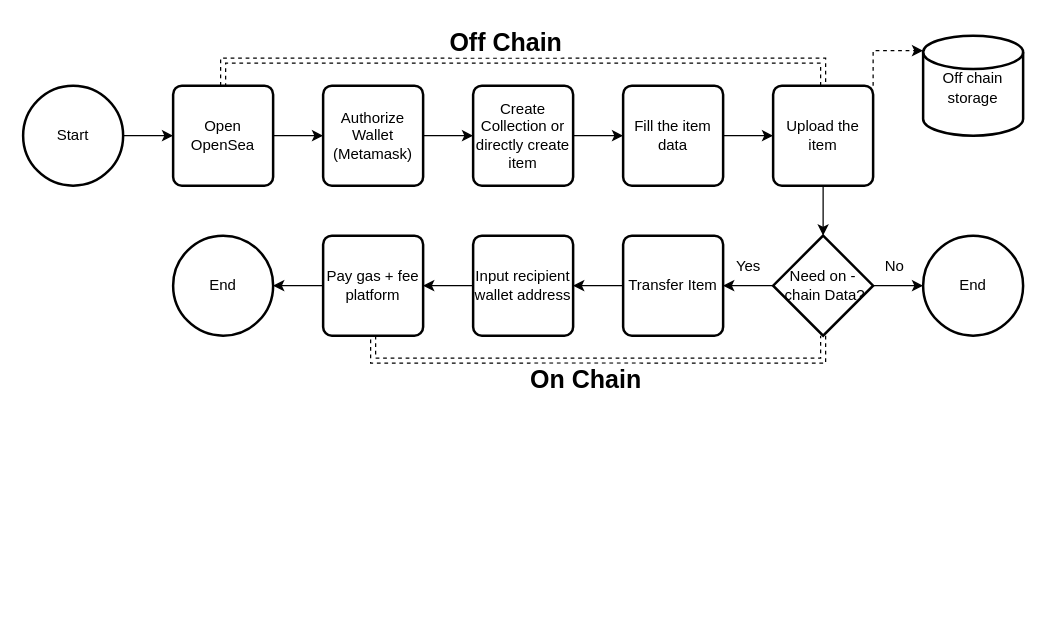
This is Flowchart Free Mint.drawio from hanggaa/Diagram, a draw.io file, before an edit. Source tidied: cells renumbered, new cells numbered last; positions are measured from the earlier drawing's top-left corner, leaving out a move shared by most shapes. Both pictures are drawn from the tidied source at 125%, with x=0, y=0 at pixel (22, 35).
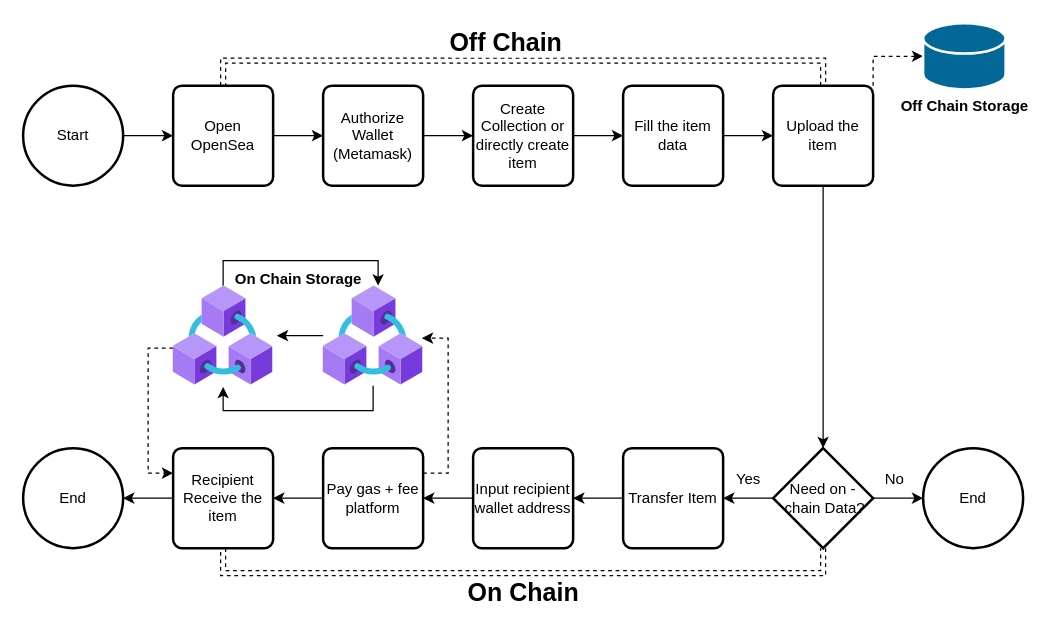
The same diagram, later.

The change refers to these unchanged cells:
```xml
<mxCell id="16" value="Upload the item" style="rounded=1;whiteSpace=wrap;html=1;absoluteArcSize=1;arcSize=14;strokeWidth=2;" parent="1" vertex="1">
  <mxGeometry x="600" y="40" width="80" height="80" as="geometry" />
</mxCell>
```

The edit, as a diff of the source:
```diff
@@
-    <mxCell id="14" style="edgeStyle=orthogonalEdgeStyle;rounded=0;jettySize=auto;html=1;exitX=1;exitY=0;exitDx=0;exitDy=0;entryX=0;entryY=0.15;entryDx=0;entryDy=0;entryPerimeter=0;fontSize=20;dashed=1;" parent="1" edge="1" source="16" target="17">
-      <mxGeometry relative="1" as="geometry" />
-    </mxCell>
+    <mxCell id="33" style="edgeStyle=orthogonalEdgeStyle;rounded=0;jettySize=auto;html=1;exitX=1;exitY=0;exitDx=0;exitDy=0;entryX=0;entryY=0.5;entryDx=0;entryDy=0;entryPerimeter=0;dashed=1;" parent="1" edge="1" source="16" target="39">
+      <mxGeometry relative="1" as="geometry" />
+    </mxCell>
-    <mxCell id="15" style="edgeStyle=orthogonalEdgeStyle;rounded=0;jettySize=auto;html=1;exitX=0.5;exitY=1;exitDx=0;exitDy=0;entryX=0.5;entryY=0;entryDx=0;entryDy=0;entryPerimeter=0;fontSize=12;" parent="1" edge="1" source="16" target="21">
+    <mxCell id="15" style="edgeStyle=orthogonalEdgeStyle;rounded=0;jettySize=auto;html=1;exitX=0.5;exitY=1;exitDx=0;exitDy=0;entryX=0.5;entryY=0;entryDx=0;entryDy=0;entryPerimeter=0;" parent="1" edge="1" source="16" target="21">
       <mxGeometry relative="1" as="geometry" />
     </mxCell>
@@
-    <mxCell id="17" value="&lt;p style=&quot;line-height: 63%;&quot;&gt;&lt;font style=&quot;font-size: 12px;&quot;&gt;Off chain storage&lt;/font&gt;&lt;/p&gt;" style="strokeWidth=2;html=1;shape=mxgraph.flowchart.database;whiteSpace=wrap;fontSize=20;align=center;" parent="1" vertex="1">
-      <mxGeometry x="720" width="80" height="80" as="geometry" />
-    </mxCell>
     <mxCell id="18" style="edgeStyle=orthogonalEdgeStyle;rounded=0;jettySize=auto;html=1;exitX=1;exitY=0.5;exitDx=0;exitDy=0;exitPerimeter=0;fontSize=12;" parent="1" edge="1" source="21" target="22">
       <mxGeometry relative="1" as="geometry">
         <Array as="points">
-          <mxPoint x="690" y="200" />
-          <mxPoint x="690" y="200" />
+          <mxPoint x="690" y="370" />
+          <mxPoint x="690" y="370" />
         </Array>
       </mxGeometry>
     </mxCell>
@@
-    <mxCell id="20" style="edgeStyle=orthogonalEdgeStyle;rounded=0;jettySize=auto;html=1;exitX=0.5;exitY=1;exitDx=0;exitDy=0;exitPerimeter=0;entryX=0.5;entryY=1;entryDx=0;entryDy=0;fontSize=12;shape=link;dashed=1;" parent="1" edge="1" source="21" target="30">
-      <mxGeometry relative="1" as="geometry" />
-    </mxCell>
+    <mxCell id="34" style="edgeStyle=orthogonalEdgeStyle;rounded=0;jettySize=auto;html=1;exitX=0.5;exitY=1;exitDx=0;exitDy=0;exitPerimeter=0;entryX=0.5;entryY=1;entryDx=0;entryDy=0;dashed=1;shape=link;" parent="1" edge="1" source="21" target="38">
+      <mxGeometry relative="1" as="geometry" />
+    </mxCell>
     <mxCell id="21" value="&lt;p style=&quot;line-height: 120%;&quot;&gt;&lt;font style=&quot;font-size: 12px;&quot;&gt;Need&amp;nbsp;&lt;/font&gt;&lt;font style=&quot;background-color: initial; font-size: 12px;&quot;&gt;on -&amp;nbsp;&lt;/font&gt;&lt;span style=&quot;background-color: initial;&quot;&gt;chain Data?&lt;/span&gt;&lt;/p&gt;" style="strokeWidth=2;html=1;shape=mxgraph.flowchart.decision;whiteSpace=wrap;fontSize=12;" parent="1" vertex="1">
-      <mxGeometry x="600" y="160" width="80" height="80" as="geometry" />
+      <mxGeometry x="600" y="330" width="80" height="80" as="geometry" />
     </mxCell>
     <mxCell id="22" value="End" style="strokeWidth=2;html=1;shape=mxgraph.flowchart.start_2;whiteSpace=wrap;" parent="1" vertex="1">
-      <mxGeometry x="720" y="160" width="80" height="80" as="geometry" />
+      <mxGeometry x="720" y="330" width="80" height="80" as="geometry" />
     </mxCell>
@@
     <mxCell id="24" value="Transfer Item" style="rounded=1;whiteSpace=wrap;html=1;absoluteArcSize=1;arcSize=14;strokeWidth=2;" parent="1" vertex="1">
-      <mxGeometry x="480" y="160" width="80" height="80" as="geometry" />
+      <mxGeometry x="480" y="330" width="80" height="80" as="geometry" />
     </mxCell>
     <mxCell id="25" value="No" style="text;html=1;align=center;verticalAlign=middle;strokeColor=none;fillColor=none;fontSize=12;" parent="1" vertex="1">
-      <mxGeometry x="677" y="170" width="40" height="30" as="geometry" />
+      <mxGeometry x="677" y="340" width="40" height="30" as="geometry" />
     </mxCell>
     <mxCell id="26" value="Yes" style="text;html=1;align=center;verticalAlign=middle;strokeColor=none;fillColor=none;fontSize=12;" parent="1" vertex="1">
-      <mxGeometry x="560" y="170" width="40" height="30" as="geometry" />
+      <mxGeometry x="560" y="340" width="40" height="30" as="geometry" />
     </mxCell>
@@
     <mxCell id="28" value="Input recipient wallet address" style="rounded=1;whiteSpace=wrap;html=1;absoluteArcSize=1;arcSize=14;strokeWidth=2;" parent="1" vertex="1">
-      <mxGeometry x="360" y="160" width="80" height="80" as="geometry" />
+      <mxGeometry x="360" y="330" width="80" height="80" as="geometry" />
     </mxCell>
-    <mxCell id="29" style="edgeStyle=orthogonalEdgeStyle;rounded=0;jettySize=auto;html=1;exitX=0;exitY=0.5;exitDx=0;exitDy=0;entryX=1;entryY=0.5;entryDx=0;entryDy=0;entryPerimeter=0;fontSize=12;" parent="1" edge="1" source="30" target="31">
-      <mxGeometry relative="1" as="geometry" />
-    </mxCell>
+    <mxCell id="35" style="edgeStyle=orthogonalEdgeStyle;rounded=0;jettySize=auto;html=1;exitX=0;exitY=0.5;exitDx=0;exitDy=0;" parent="1" edge="1" source="30" target="38">
+      <mxGeometry relative="1" as="geometry" />
+    </mxCell>
+    <mxCell id="36" style="edgeStyle=orthogonalEdgeStyle;rounded=0;jettySize=auto;html=1;exitX=1;exitY=0.25;exitDx=0;exitDy=0;entryX=0.988;entryY=0.525;entryDx=0;entryDy=0;entryPerimeter=0;dashed=1;" parent="1" edge="1" source="30" target="42">
+      <mxGeometry relative="1" as="geometry" />
+    </mxCell>
     <mxCell id="30" value="Pay gas + fee platform" style="rounded=1;whiteSpace=wrap;html=1;absoluteArcSize=1;arcSize=14;strokeWidth=2;" parent="1" vertex="1">
-      <mxGeometry x="240" y="160" width="80" height="80" as="geometry" />
+      <mxGeometry x="240" y="330" width="80" height="80" as="geometry" />
     </mxCell>
     <mxCell id="31" value="End" style="strokeWidth=2;html=1;shape=mxgraph.flowchart.start_2;whiteSpace=wrap;" parent="1" vertex="1">
-      <mxGeometry x="120" y="160" width="80" height="80" as="geometry" />
+      <mxGeometry y="330" width="80" height="80" as="geometry" />
     </mxCell>
     <mxCell id="32" value="&lt;b&gt;On Chain&lt;/b&gt;" style="edgeLabel;html=1;align=center;verticalAlign=middle;fontSize=20;" parent="1" vertex="1">
-      <mxGeometry x="460" y="270" as="geometry">
+      <mxGeometry x="410" y="441" as="geometry">
         <mxPoint x="-11" y="3" as="offset" />
       </mxGeometry>
     </mxCell>
+    <mxCell id="37" style="edgeStyle=orthogonalEdgeStyle;rounded=0;jettySize=auto;html=1;exitX=0;exitY=0.5;exitDx=0;exitDy=0;entryX=1;entryY=0.5;entryDx=0;entryDy=0;entryPerimeter=0;" parent="1" edge="1" source="38" target="31">
+      <mxGeometry relative="1" as="geometry" />
+    </mxCell>
+    <mxCell id="38" value="Recipient Receive the item" style="rounded=1;whiteSpace=wrap;html=1;absoluteArcSize=1;arcSize=14;strokeWidth=2;" parent="1" vertex="1">
+      <mxGeometry x="120" y="330" width="80" height="80" as="geometry" />
+    </mxCell>
+    <mxCell id="39" value="&lt;b&gt;Off Chain Storage&lt;/b&gt;" style="shape=mxgraph.cisco.storage.relational_database;sketch=0;html=1;dashed=0;fillColor=#036897;strokeColor=#ffffff;strokeWidth=2;verticalLabelPosition=bottom;verticalAlign=top;align=center;outlineConnect=0;" parent="1" vertex="1">
+      <mxGeometry x="720" y="-10" width="66" height="53" as="geometry" />
+    </mxCell>
+    <mxCell id="40" style="edgeStyle=orthogonalEdgeStyle;rounded=0;jettySize=auto;html=1;entryX=1.038;entryY=0.5;entryDx=0;entryDy=0;entryPerimeter=0;" parent="1" edge="1" source="42" target="45">
+      <mxGeometry relative="1" as="geometry" />
+    </mxCell>
+    <mxCell id="41" style="edgeStyle=orthogonalEdgeStyle;rounded=0;jettySize=auto;html=1;entryX=0.5;entryY=1.013;entryDx=0;entryDy=0;entryPerimeter=0;" parent="1" edge="1" source="42" target="45">
+      <mxGeometry relative="1" as="geometry">
+        <Array as="points">
+          <mxPoint x="280" y="300" />
+          <mxPoint x="160" y="300" />
+        </Array>
+      </mxGeometry>
+    </mxCell>
+    <mxCell id="42" style="html=1;points=[];align=center;image;fontSize=12;image=img/lib/azure2/blockchain/Azure_Blockchain_Service.svg;" parent="1" vertex="1">
+      <mxGeometry x="240" y="200" width="80" height="80" as="geometry" />
+    </mxCell>
+    <mxCell id="43" style="edgeStyle=orthogonalEdgeStyle;rounded=0;jettySize=auto;html=1;entryX=0.55;entryY=0;entryDx=0;entryDy=0;entryPerimeter=0;" parent="1" edge="1" source="45" target="42">
+      <mxGeometry relative="1" as="geometry">
+        <Array as="points">
+          <mxPoint x="160" y="180" />
+          <mxPoint x="284" y="180" />
+        </Array>
+      </mxGeometry>
+    </mxCell>
+    <mxCell id="44" style="edgeStyle=orthogonalEdgeStyle;rounded=0;jettySize=auto;html=1;entryX=0;entryY=0.25;entryDx=0;entryDy=0;dashed=1;" parent="1" edge="1" source="45" target="38">
+      <mxGeometry relative="1" as="geometry">
+        <Array as="points">
+          <mxPoint x="100" y="250" />
+          <mxPoint x="100" y="350" />
+        </Array>
+      </mxGeometry>
+    </mxCell>
+    <mxCell id="45" style="html=1;points=[];align=center;image;fontSize=12;image=img/lib/azure2/blockchain/Azure_Blockchain_Service.svg;" parent="1" vertex="1">
+      <mxGeometry x="120" y="200" width="80" height="80" as="geometry" />
+    </mxCell>
+    <mxCell id="46" value="&lt;b&gt;On Chain Storage&lt;/b&gt;" style="text;html=1;align=center;verticalAlign=middle;strokeColor=none;fillColor=none;" parent="1" vertex="1">
+      <mxGeometry x="160" y="180" width="120" height="30" as="geometry" />
+    </mxCell>
```
